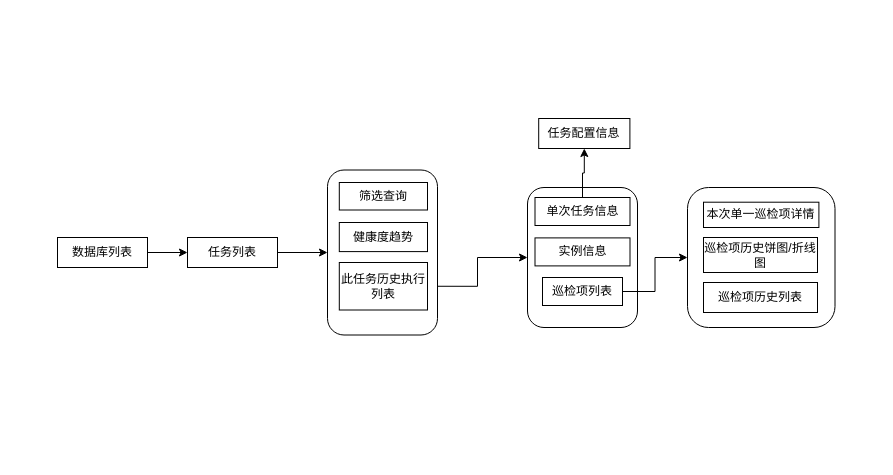
The draw.io diagram page_structure.drawio in Lee-7723/Git, before the edit. Source tidied: cells renumbered, new cells numbered last; positions are measured from the earlier drawing's top-left corner, leaving out a move shared by most shapes. Both pictures are drawn from the tidied source at 100%, with x=0, y=0 at pixel (57, 118).
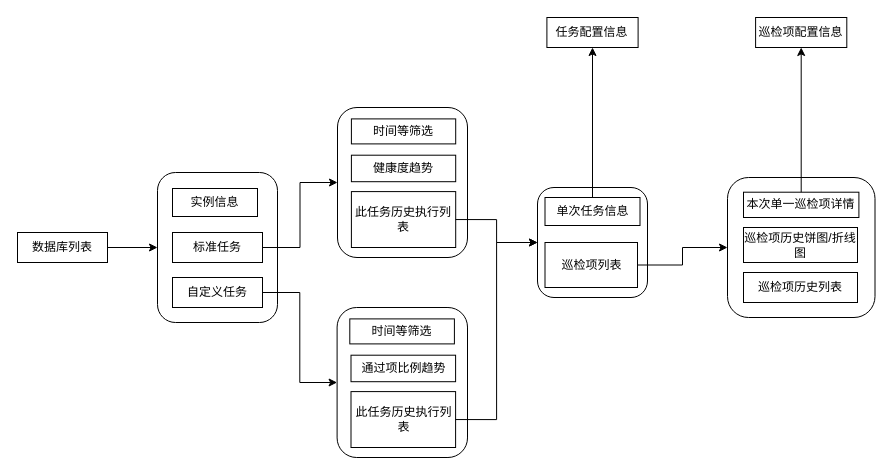
Above is the later version.

Unchanged cells that the change refers to:
```xml
<mxCell id="10" style="rounded=1;whiteSpace=wrap;html=1;" parent="9" vertex="1">
  <mxGeometry width="147.5" height="140" as="geometry" />
</mxCell>
<mxCell id="11" value="本次单一巡检项详情" style="rounded=0;whiteSpace=wrap;html=1;" parent="9" vertex="1">
  <mxGeometry x="16" y="14.7" width="115.4" height="25.3" as="geometry" />
</mxCell>
```

Diff of the diagram source:
```diff
@@
-    <mxCell id="2" style="edgeStyle=orthogonalEdgeStyle;rounded=0;jettySize=auto;html=1;exitX=1;exitY=0.5;exitDx=0;exitDy=0;" parent="1" edge="1" source="3" target="19">
-      <mxGeometry relative="1" as="geometry" />
-    </mxCell>
+    <mxCell id="26" style="edgeStyle=orthogonalEdgeStyle;rounded=0;jettySize=auto;html=1;exitX=1;exitY=0.5;exitDx=0;exitDy=0;entryX=0;entryY=0.5;entryDx=0;entryDy=0;" parent="1" edge="1" source="3" target="27">
+      <mxGeometry relative="1" as="geometry" />
+    </mxCell>
     <mxCell id="3" value="数据库列表" style="rounded=0;whiteSpace=wrap;html=1;" parent="1" vertex="1">
-      <mxGeometry y="119" width="90" height="30" as="geometry" />
+      <mxGeometry x="-40" y="114" width="90" height="30" as="geometry" />
     </mxCell>
     <mxCell id="4" style="group;" parent="1" vertex="1">
-      <mxGeometry x="470" y="69" width="110" height="140" as="geometry" />
+      <mxGeometry x="480" y="54" width="110" height="140" as="geometry" />
     </mxCell>
     <mxCell id="5" style="rounded=1;whiteSpace=wrap;html=1;" parent="4" vertex="1">
-      <mxGeometry width="110" height="140" as="geometry" />
+      <mxGeometry y="15" width="110" height="110" as="geometry" />
     </mxCell>
     <mxCell id="6" value="巡检项列表" style="rounded=0;whiteSpace=wrap;html=1;" parent="4" vertex="1">
-      <mxGeometry x="15" y="90" width="80" height="28" as="geometry" />
+      <mxGeometry x="7.5" y="70" width="92.5" height="45" as="geometry" />
     </mxCell>
     <mxCell id="7" value="&lt;div&gt;单次任务信息&lt;/div&gt;" style="rounded=0;whiteSpace=wrap;html=1;" parent="4" vertex="1">
-      <mxGeometry x="7.5" y="10" width="95" height="28" as="geometry" />
+      <mxGeometry x="7.5" y="25" width="95" height="28" as="geometry" />
     </mxCell>
-    <mxCell id="8" value="&lt;div&gt;实例信息&lt;/div&gt;" style="rounded=0;whiteSpace=wrap;html=1;" parent="4" vertex="1">
-      <mxGeometry x="7.5" y="50.4" width="95" height="28" as="geometry" />
-    </mxCell>
     <mxCell id="9" style="group;" parent="1" vertex="1">
-      <mxGeometry x="630" y="69" width="147.5" height="140" as="geometry" />
+      <mxGeometry x="670" y="59" width="147.5" height="140" as="geometry" />
     </mxCell>
@@
-    <mxCell id="14" style="edgeStyle=orthogonalEdgeStyle;rounded=0;jettySize=auto;html=1;exitX=1;exitY=0.5;exitDx=0;exitDy=0;entryX=0;entryY=0.5;entryDx=0;entryDy=0;" parent="1" edge="1" source="6" target="10">
-      <mxGeometry relative="1" as="geometry" />
-    </mxCell>
     <mxCell id="15" value="任务配置信息" style="rounded=0;whiteSpace=wrap;html=1;" parent="1" vertex="1">
-      <mxGeometry x="481.2" width="91.2" height="30" as="geometry" />
+      <mxGeometry x="489.4" y="-101" width="91.2" height="30" as="geometry" />
     </mxCell>
@@
-    <mxCell id="17" style="edgeStyle=orthogonalEdgeStyle;rounded=0;jettySize=auto;html=1;exitX=1;exitY=0.5;exitDx=0;exitDy=0;entryX=0;entryY=0.5;entryDx=0;entryDy=0;" parent="1" edge="1" source="23" target="5">
-      <mxGeometry relative="1" as="geometry" />
-    </mxCell>
-    <mxCell id="18" style="edgeStyle=orthogonalEdgeStyle;rounded=0;jettySize=auto;html=1;exitX=1;exitY=0.5;exitDx=0;exitDy=0;entryX=0;entryY=0.5;entryDx=0;entryDy=0;" parent="1" edge="1" source="19" target="22">
-      <mxGeometry relative="1" as="geometry" />
-    </mxCell>
-    <mxCell id="19" value="&lt;div&gt;任务列表&lt;/div&gt;" style="rounded=0;whiteSpace=wrap;html=1;" parent="1" vertex="1">
-      <mxGeometry x="130" y="119" width="90" height="30" as="geometry" />
-    </mxCell>
     <mxCell id="20" style="group;" parent="1" vertex="1">
-      <mxGeometry x="270" y="51.5" width="110" height="165" as="geometry" />
+      <mxGeometry x="280" y="-11" width="130" height="150" as="geometry" />
     </mxCell>
     <mxCell id="21" style="group;" parent="20" vertex="1">
-      <mxGeometry width="109.6" height="165" as="geometry" />
+      <mxGeometry width="129.5" height="150" as="geometry" />
     </mxCell>
     <mxCell id="22" style="rounded=1;whiteSpace=wrap;html=1;" parent="21" vertex="1">
-      <mxGeometry width="110" height="165" as="geometry" />
+      <mxGeometry width="130" height="150" as="geometry" />
     </mxCell>
     <mxCell id="23" value="&lt;div&gt;此任务历史执行列表&lt;/div&gt;" style="rounded=0;whiteSpace=wrap;html=1;" parent="21" vertex="1">
-      <mxGeometry x="11.8" y="92.5" width="88.2" height="47.5" as="geometry" />
+      <mxGeometry x="13.9" y="84.1" width="104.3" height="55.9" as="geometry" />
     </mxCell>
-    <mxCell id="24" value="筛选查询" style="rounded=0;whiteSpace=wrap;html=1;" parent="21" vertex="1">
-      <mxGeometry x="11.8" y="12.5" width="88.2" height="27.5" as="geometry" />
+    <mxCell id="24" value="时间等筛选" style="rounded=0;whiteSpace=wrap;html=1;" parent="21" vertex="1">
+      <mxGeometry x="13.9" y="11.4" width="104.3" height="25" as="geometry" />
     </mxCell>
     <mxCell id="25" value="健康度趋势" style="rounded=0;whiteSpace=wrap;html=1;" parent="21" vertex="1">
-      <mxGeometry x="11.8" y="52.5" width="88.2" height="29.1" as="geometry" />
+      <mxGeometry x="13.9" y="47.7" width="104.3" height="26.5" as="geometry" />
     </mxCell>
+    <mxCell id="27" style="rounded=1;whiteSpace=wrap;html=1;" parent="1" vertex="1">
+      <mxGeometry x="100" y="54" width="120" height="150" as="geometry" />
+    </mxCell>
+    <mxCell id="28" style="edgeStyle=orthogonalEdgeStyle;rounded=0;jettySize=auto;html=1;exitX=1;exitY=0.5;exitDx=0;exitDy=0;entryX=0;entryY=0.5;entryDx=0;entryDy=0;" parent="1" edge="1" source="29" target="34">
+      <mxGeometry relative="1" as="geometry" />
+    </mxCell>
+    <mxCell id="29" value="自定义任务" style="rounded=0;whiteSpace=wrap;html=1;" parent="1" vertex="1">
+      <mxGeometry x="115" y="159" width="90" height="30" as="geometry" />
+    </mxCell>
+    <mxCell id="30" style="edgeStyle=orthogonalEdgeStyle;rounded=0;jettySize=auto;html=1;exitX=1;exitY=0.5;exitDx=0;exitDy=0;entryX=0;entryY=0.5;entryDx=0;entryDy=0;" parent="1" edge="1" source="31" target="22">
+      <mxGeometry relative="1" as="geometry" />
+    </mxCell>
+    <mxCell id="31" value="标准任务" style="rounded=0;whiteSpace=wrap;html=1;" parent="1" vertex="1">
+      <mxGeometry x="115" y="114" width="90" height="30" as="geometry" />
+    </mxCell>
+    <mxCell id="32" style="group;" parent="1" vertex="1">
+      <mxGeometry x="279.6" y="189" width="130.4" height="150" as="geometry" />
+    </mxCell>
+    <mxCell id="33" style="group;" parent="32" vertex="1">
+      <mxGeometry width="129.9" height="150" as="geometry" />
+    </mxCell>
+    <mxCell id="34" style="rounded=1;whiteSpace=wrap;html=1;" parent="33" vertex="1">
+      <mxGeometry width="130.4" height="150" as="geometry" />
+    </mxCell>
+    <mxCell id="35" value="&lt;div&gt;此任务历史执行列表&lt;/div&gt;" style="rounded=0;whiteSpace=wrap;html=1;" parent="33" vertex="1">
+      <mxGeometry x="13.9" y="84.1" width="104.6" height="55.9" as="geometry" />
+    </mxCell>
+    <mxCell id="36" value="时间等筛选" style="rounded=0;whiteSpace=wrap;html=1;" parent="33" vertex="1">
+      <mxGeometry x="12.7" y="11.4" width="104.6" height="25" as="geometry" />
+    </mxCell>
+    <mxCell id="37" value="通过项比例趋势" style="rounded=0;whiteSpace=wrap;html=1;" parent="33" vertex="1">
+      <mxGeometry x="13.9" y="47.7" width="104.6" height="26.5" as="geometry" />
+    </mxCell>
+    <mxCell id="8" value="&lt;div&gt;实例信息&lt;/div&gt;" style="rounded=0;whiteSpace=wrap;html=1;" parent="1" vertex="1">
+      <mxGeometry x="115" y="70" width="85" height="28" as="geometry" />
+    </mxCell>
+    <mxCell id="17" style="edgeStyle=orthogonalEdgeStyle;rounded=0;jettySize=auto;html=1;exitX=1;exitY=0.5;exitDx=0;exitDy=0;" parent="1" edge="1" source="23" target="5">
+      <mxGeometry relative="1" as="geometry" />
+    </mxCell>
+    <mxCell id="38" style="edgeStyle=orthogonalEdgeStyle;rounded=0;jettySize=auto;html=1;exitX=1;exitY=0.5;exitDx=0;exitDy=0;entryX=0;entryY=0.5;entryDx=0;entryDy=0;" parent="1" edge="1" source="35" target="5">
+      <mxGeometry relative="1" as="geometry" />
+    </mxCell>
+    <mxCell id="14" style="edgeStyle=orthogonalEdgeStyle;rounded=0;jettySize=auto;html=1;exitX=1;exitY=0.5;exitDx=0;exitDy=0;entryX=0;entryY=0.5;entryDx=0;entryDy=0;" parent="1" edge="1" source="6" target="10">
+      <mxGeometry relative="1" as="geometry" />
+    </mxCell>
+    <mxCell id="39" value="巡检项配置信息" style="rounded=0;whiteSpace=wrap;html=1;" parent="1" vertex="1">
+      <mxGeometry x="698.1" y="-101" width="91.2" height="30" as="geometry" />
+    </mxCell>
+    <mxCell id="40" style="edgeStyle=orthogonalEdgeStyle;rounded=0;jettySize=auto;html=1;exitX=0.5;exitY=0;exitDx=0;exitDy=0;" parent="1" edge="1" source="11" target="39">
+      <mxGeometry relative="1" as="geometry" />
+    </mxCell>
```
